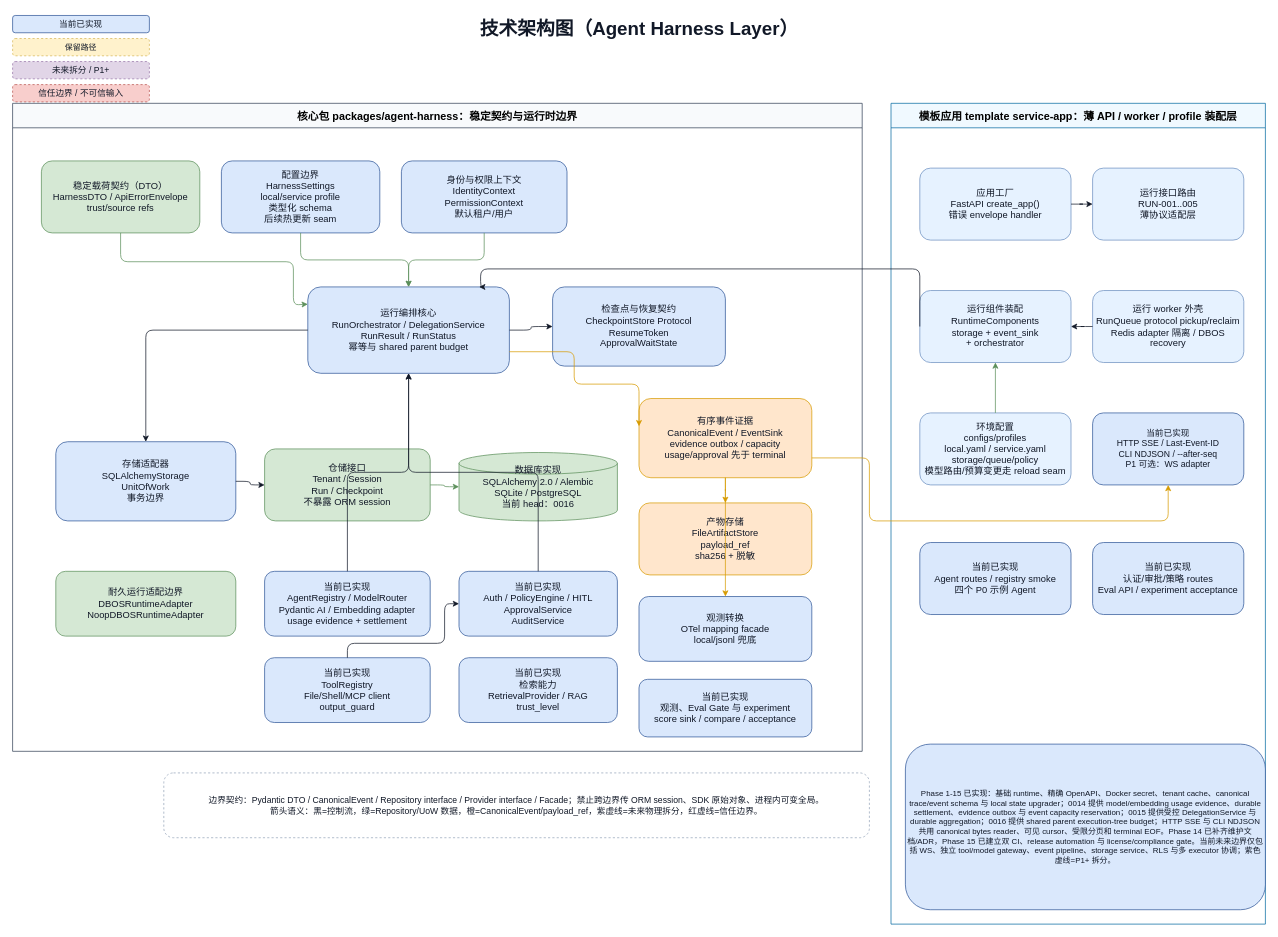
Above: docs/architecture/agent-harness-technical-architecture.drawio in wdmcheng/agent-harness-layer (draw.io), before the change. Source tidied: cells renumbered, new cells numbered last; positions are measured from the earlier drawing's top-left corner, leaving out a move shared by most shapes. Both pictures are drawn from the tidied source at 72%, with x=0, y=0 at pixel (12, 12).
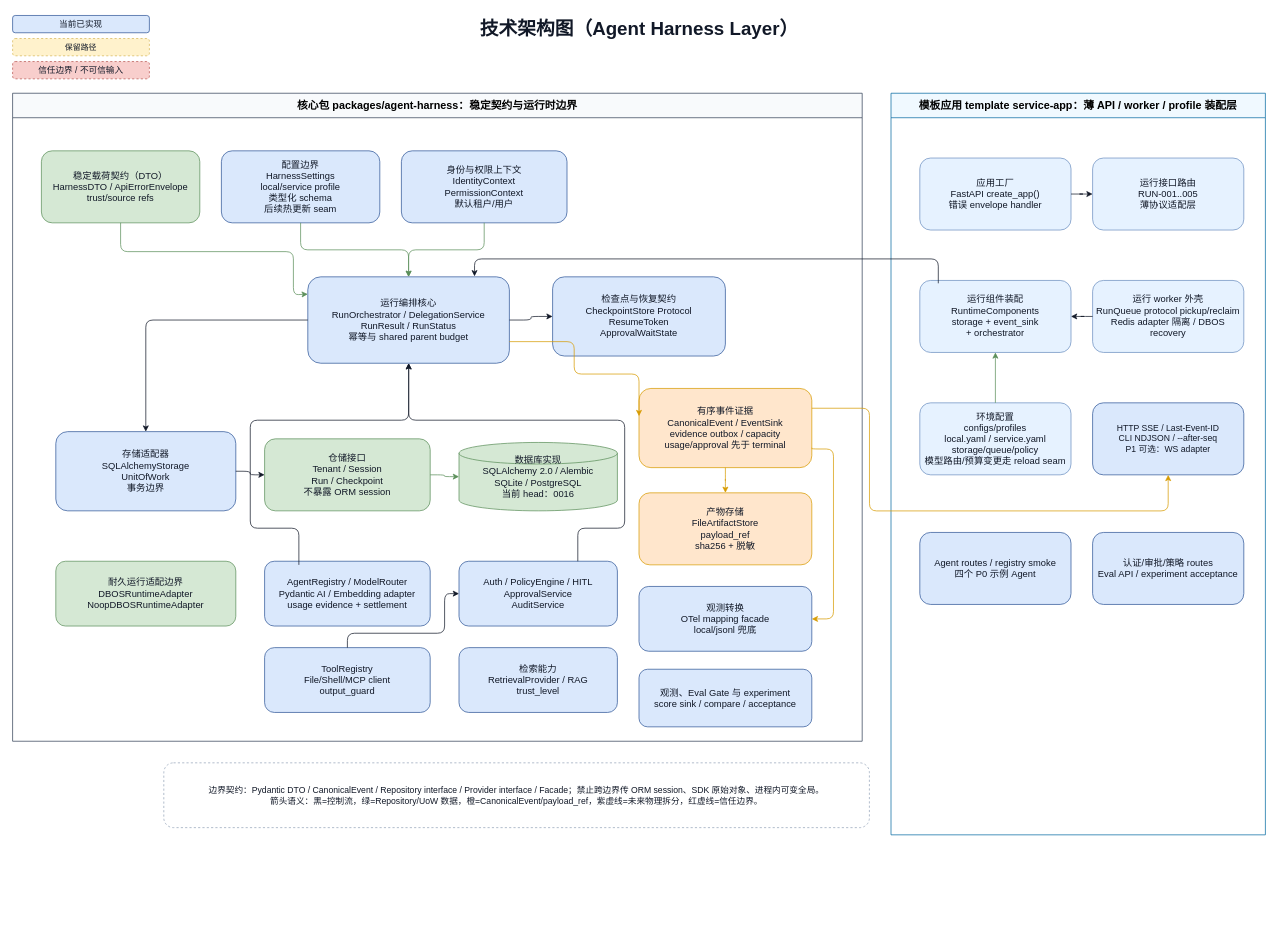
The same diagram, later.

Unchanged cells that the change refers to:
```xml
<mxCell id="11" value="稳定载荷契约（DTO）&#10;HarnessDTO / ApiErrorEnvelope&#10;trust/source refs" style="rounded=1;whiteSpace=wrap;html=1;fillColor=#d5e8d4;strokeColor=#5b8f5a;fontColor=#111827;fontSize=13;" parent="7" vertex="1">
  <mxGeometry x="40" y="80" width="220" height="100" as="geometry" />
</mxCell>
<mxCell id="14" value="运行编排核心&#10;RunOrchestrator / DelegationService&#10;RunResult / RunStatus&#10;幂等与 shared parent budget" style="rounded=1;whiteSpace=wrap;html=1;fillColor=#dae8fc;strokeColor=#2f5597;fontColor=#111827;fontSize=13;" parent="7" vertex="1">
  <mxGeometry x="410" y="255" width="280" height="120" as="geometry" />
</mxCell>
<mxCell id="19" value="有序事件证据&#10;CanonicalEvent / EventSink&#10;evidence outbox / capacity&#10;usage/approval 先于 terminal" style="rounded=1;whiteSpace=wrap;html=1;fillColor=#ffe6cc;strokeColor=#d79b00;fontColor=#111827;fontSize=13;" parent="7" vertex="1">
  <mxGeometry x="870" y="410" width="240" height="110" as="geometry" />
</mxCell>
<mxCell id="21" value="观测转换&#10;OTel mapping facade&#10;local/jsonl 兜底" style="rounded=1;whiteSpace=wrap;html=1;fillColor=#dae8fc;strokeColor=#2f5597;fontColor=#111827;fontSize=13;" parent="7" vertex="1">
  <mxGeometry x="870" y="685" width="240" height="90" as="geometry" />
</mxCell>
<mxCell id="30" value="运行组件装配&#10;RuntimeComponents&#10;storage + event_sink&#10;+ orchestrator" style="rounded=1;whiteSpace=wrap;html=1;fillColor=#e6f2ff;strokeColor=#6c8ebf;fontColor=#111827;fontSize=13;" parent="8" vertex="1">
  <mxGeometry x="40" y="260" width="210" height="100" as="geometry" />
</mxCell>
```

Diff of the diagram source:
```diff
@@
-    <mxCell id="5" value="未来拆分 / P1+" style="rounded=1;whiteSpace=wrap;html=1;fillColor=#e1d5e7;strokeColor=#9673a6;fontColor=#111827;fontSize=12;dashed=1;" parent="1" vertex="1">
-      <mxGeometry y="68" width="190" height="24" as="geometry" />
-    </mxCell>
     <mxCell id="6" value="信任边界 / 不可信输入" style="rounded=1;whiteSpace=wrap;html=1;fillColor=#f8cecc;strokeColor=#b85450;fontColor=#111827;fontSize=12;dashed=1;" parent="1" vertex="1">
-      <mxGeometry y="100" width="190" height="24" as="geometry" />
+      <mxGeometry y="68" width="190" height="24" as="geometry" />
     </mxCell>
     <mxCell id="7" value="核心包 packages/agent-harness：稳定契约与运行时边界" style="swimlane;startSize=34;html=1;whiteSpace=wrap;rounded=0;fontSize=15;fontStyle=1;fillColor=#f8fafc;strokeColor=#334155;" parent="1" vertex="1">
-      <mxGeometry y="126" width="1180" height="900" as="geometry" />
+      <mxGeometry y="112" width="1180" height="900" as="geometry" />
     </mxCell>
-    <mxCell id="8" value="模板应用 template service-app：薄 API / worker / profile 装配层" style="swimlane;startSize=34;html=1;whiteSpace=wrap;rounded=0;fontSize=15;fontStyle=1;fillColor=#f0f9ff;strokeColor=#0369a1;" parent="1" vertex="1">
-      <mxGeometry x="1220" y="126" width="520" height="1140" as="geometry" />
-    </mxCell>
-    <mxCell id="9" value="边界契约：Pydantic DTO / CanonicalEvent / Repository interface / Provider interface / Facade；禁止跨边界传 ORM session、SDK 原始对象、进程内可变全局。&#10;箭头语义：黑=控制流，绿=Repository/UoW 数据，橙=CanonicalEvent/payload_ref，紫虚线=未来物理拆分，红虚线=信任边界。" style="rounded=1;whiteSpace=wrap;html=1;fillColor=#ffffff;strokeColor=#94a3b8;fontColor=#111827;fontSize=12;dashed=1;" parent="1" vertex="1">
-      <mxGeometry x="210" y="1056" width="980" height="90" as="geometry" />
-    </mxCell>
-    <mxCell id="10" value="Phase 1-15 已实现：基础 runtime、精确 OpenAPI、Docker secret、tenant cache、canonical trace/event schema 与 local state upgrader；0014 提供 model/embedding usage evidence、durable settlement、evidence outbox 与 event capacity reservation；0015 提供受控 DelegationService 与 durable aggregation；0016 提供 shared parent execution-tree budget；HTTP SSE 与 CLI NDJSON 共用 canonical bytes reader、可见 cursor、受限分页和 terminal EOF。Phase 14 已补齐维护文档/ADR，Phase 15 已建立双 CI、release automation 与 license/compliance gate。当前未来边界仅包括 WS、独立 tool/model gateway、event pipeline、storage service、RLS 与多 executor 协调；紫色虚线=P1+ 拆分。" style="rounded=1;whiteSpace=wrap;html=1;fillColor=#dae8fc;strokeColor=#2f5597;fontColor=#111827;fontSize=11;" parent="1" vertex="1">
-      <mxGeometry x="1240" y="1016" width="500" height="230" as="geometry" />
-    </mxCell>
@@
-    <mxCell id="23" value="当前已实现&#10;AgentRegistry / ModelRouter&#10;Pydantic AI / Embedding adapter&#10;usage evidence + settlement" style="rounded=1;whiteSpace=wrap;html=1;fillColor=#dae8fc;strokeColor=#2f5597;fontColor=#111827;fontSize=13;" parent="7" vertex="1">
+    <mxCell id="23" value="AgentRegistry / ModelRouter&lt;br&gt;Pydantic AI / Embedding adapter&lt;br&gt;usage evidence + settlement" style="rounded=1;whiteSpace=wrap;html=1;fillColor=#dae8fc;strokeColor=#2f5597;fontColor=#111827;fontSize=13;" parent="7" vertex="1">
       <mxGeometry x="350" y="650" width="230" height="90" as="geometry" />
     </mxCell>
-    <mxCell id="24" value="当前已实现&#10;Auth / PolicyEngine / HITL&#10;ApprovalService&#10;AuditService" style="rounded=1;whiteSpace=wrap;html=1;fillColor=#dae8fc;strokeColor=#2f5597;fontColor=#111827;fontSize=13;" parent="7" vertex="1">
+    <mxCell id="24" value="Auth / PolicyEngine / HITL&lt;br&gt;ApprovalService&lt;br&gt;AuditService" style="rounded=1;whiteSpace=wrap;html=1;fillColor=#dae8fc;strokeColor=#2f5597;fontColor=#111827;fontSize=13;" parent="7" vertex="1">
       <mxGeometry x="620" y="650" width="220" height="90" as="geometry" />
     </mxCell>
-    <mxCell id="25" value="当前已实现&#10;ToolRegistry&#10;File/Shell/MCP client&#10;output_guard" style="rounded=1;whiteSpace=wrap;html=1;fillColor=#dae8fc;strokeColor=#2f5597;fontColor=#111827;fontSize=13;" parent="7" vertex="1">
+    <mxCell id="25" value="ToolRegistry&lt;br&gt;File/Shell/MCP client&lt;br&gt;output_guard" style="rounded=1;whiteSpace=wrap;html=1;fillColor=#dae8fc;strokeColor=#2f5597;fontColor=#111827;fontSize=13;" parent="7" vertex="1">
       <mxGeometry x="350" y="770" width="230" height="90" as="geometry" />
     </mxCell>
-    <mxCell id="26" value="当前已实现&#10;检索能力&#10;RetrievalProvider / RAG&#10;trust_level" style="rounded=1;whiteSpace=wrap;html=1;fillColor=#dae8fc;strokeColor=#2f5597;fontColor=#111827;fontSize=13;" parent="7" vertex="1">
+    <mxCell id="26" value="检索能力&lt;br&gt;RetrievalProvider / RAG&lt;br&gt;trust_level" style="rounded=1;whiteSpace=wrap;html=1;fillColor=#dae8fc;strokeColor=#2f5597;fontColor=#111827;fontSize=13;" parent="7" vertex="1">
       <mxGeometry x="620" y="770" width="220" height="90" as="geometry" />
     </mxCell>
-    <mxCell id="27" value="当前已实现&#10;观测、Eval Gate 与 experiment&#10;score sink / compare / acceptance" style="rounded=1;whiteSpace=wrap;html=1;fillColor=#dae8fc;strokeColor=#2f5597;fontColor=#111827;fontSize=13;" parent="7" vertex="1">
+    <mxCell id="27" value="观测、Eval Gate 与 experiment&lt;br&gt;score sink / compare / acceptance" style="rounded=1;whiteSpace=wrap;html=1;fillColor=#dae8fc;strokeColor=#2f5597;fontColor=#111827;fontSize=13;" parent="7" vertex="1">
       <mxGeometry x="870" y="800" width="240" height="80" as="geometry" />
     </mxCell>
+    <mxCell id="8" value="模板应用 template service-app：薄 API / worker / profile 装配层" style="swimlane;startSize=34;html=1;whiteSpace=wrap;rounded=0;fontSize=15;fontStyle=1;fillColor=#f0f9ff;strokeColor=#0369a1;" parent="1" vertex="1">
+      <mxGeometry x="1220" y="112" width="520" height="1030" as="geometry" />
+    </mxCell>
@@
-    <mxCell id="33" value="当前已实现&#10;HTTP SSE / Last-Event-ID&#10;CLI NDJSON / --after-seq&#10;P1 可选：WS adapter" style="rounded=1;whiteSpace=wrap;html=1;fillColor=#dae8fc;strokeColor=#2f5597;fontColor=#111827;fontSize=12;" parent="8" vertex="1">
+    <mxCell id="33" value="HTTP SSE / Last-Event-ID&lt;br&gt;CLI NDJSON / --after-seq&lt;br&gt;P1 可选：WS adapter" style="rounded=1;whiteSpace=wrap;html=1;fillColor=#dae8fc;strokeColor=#2f5597;fontColor=#111827;fontSize=12;" parent="8" vertex="1">
       <mxGeometry x="280" y="430" width="210" height="100" as="geometry" />
     </mxCell>
-    <mxCell id="34" value="当前已实现&#10;Agent routes / registry smoke&#10;四个 P0 示例 Agent" style="rounded=1;whiteSpace=wrap;html=1;fillColor=#dae8fc;strokeColor=#2f5597;fontColor=#111827;fontSize=13;" parent="8" vertex="1">
+    <mxCell id="34" value="Agent routes / registry smoke&lt;br&gt;四个 P0 示例 Agent" style="rounded=1;whiteSpace=wrap;html=1;fillColor=#dae8fc;strokeColor=#2f5597;fontColor=#111827;fontSize=13;" parent="8" vertex="1">
       <mxGeometry x="40" y="610" width="210" height="100" as="geometry" />
     </mxCell>
-    <mxCell id="35" value="当前已实现&#10;认证/审批/策略 routes&#10;Eval API / experiment acceptance" style="rounded=1;whiteSpace=wrap;html=1;fillColor=#dae8fc;strokeColor=#2f5597;fontColor=#111827;fontSize=13;" parent="8" vertex="1">
+    <mxCell id="35" value="认证/审批/策略 routes&lt;br&gt;Eval API / experiment acceptance" style="rounded=1;whiteSpace=wrap;html=1;fillColor=#dae8fc;strokeColor=#2f5597;fontColor=#111827;fontSize=13;" parent="8" vertex="1">
       <mxGeometry x="280" y="610" width="210" height="100" as="geometry" />
     </mxCell>
+    <mxCell id="9" value="边界契约：Pydantic DTO / CanonicalEvent / Repository interface / Provider interface / Facade；禁止跨边界传 ORM session、SDK 原始对象、进程内可变全局。&#10;箭头语义：黑=控制流，绿=Repository/UoW 数据，橙=CanonicalEvent/payload_ref，紫虚线=未来物理拆分，红虚线=信任边界。" style="rounded=1;whiteSpace=wrap;html=1;fillColor=#ffffff;strokeColor=#94a3b8;fontColor=#111827;fontSize=12;dashed=1;" parent="1" vertex="1">
+      <mxGeometry x="210" y="1042" width="980" height="90" as="geometry" />
+    </mxCell>
@@
     <mxCell id="38" style="edgeStyle=orthogonalEdgeStyle;rounded=1;jettySize=auto;html=1;fontSize=11;labelBackgroundColor=#ffffff;strokeColor=#5b8f5a;exitX=0.5;exitY=1;exitDx=0;exitDy=0;entryX=0;entryY=0.2;entryDx=0;entryDy=0;" parent="1" edge="1" source="11" target="14">
       <mxGeometry relative="1" as="geometry">
         <Array as="points">
-          <mxPoint x="150" y="346" />
-          <mxPoint x="390" y="346" />
-          <mxPoint x="390" y="406" />
+          <mxPoint x="150" y="332" />
+          <mxPoint x="390" y="332" />
+          <mxPoint x="390" y="392" />
         </Array>
       </mxGeometry>
     </mxCell>
@@
     <mxCell id="43" style="edgeStyle=orthogonalEdgeStyle;rounded=1;jettySize=auto;html=1;fontSize=11;labelBackgroundColor=#ffffff;strokeColor=#d79b00;exitX=1;exitY=0.75;exitDx=0;exitDy=0;entryX=0;entryY=0.35;entryDx=0;entryDy=0;" parent="1" edge="1" source="14" target="19">
       <mxGeometry relative="1" as="geometry">
         <Array as="points">
-          <mxPoint x="780" y="516" />
-          <mxPoint x="870" y="516" />
+          <mxPoint x="780" y="502" />
+          <mxPoint x="870" y="502" />
         </Array>
       </mxGeometry>
     </mxCell>
@@
-    <mxCell id="45" style="edgeStyle=orthogonalEdgeStyle;rounded=1;jettySize=auto;html=1;fontSize=11;labelBackgroundColor=#ffffff;strokeColor=#d79b00;" parent="1" edge="1" source="19" target="21">
-      <mxGeometry relative="1" as="geometry" />
+    <mxCell id="45" style="edgeStyle=orthogonalEdgeStyle;rounded=1;jettySize=auto;html=1;fontSize=11;labelBackgroundColor=#ffffff;strokeColor=#d79b00;exitX=1;exitY=0.75;exitDx=0;exitDy=0;" parent="1" edge="1" source="19" target="21">
+      <mxGeometry relative="1" as="geometry">
+        <Array as="points">
+          <mxPoint x="1110.1" y="606.1" />
+          <mxPoint x="1140.1" y="606.1" />
+          <mxPoint x="1140.1" y="842.1" />
+        </Array>
+      </mxGeometry>
     </mxCell>
-    <mxCell id="46" style="edgeStyle=orthogonalEdgeStyle;rounded=1;jettySize=auto;html=1;fontSize=11;labelBackgroundColor=#ffffff;strokeColor=#111827;exitX=0;exitY=0.5;exitDx=0;exitDy=0;entryX=0.85;entryY=0;entryDx=0;entryDy=0;" parent="1" edge="1" source="30" target="14">
+    <mxCell id="46" style="edgeStyle=orthogonalEdgeStyle;rounded=1;jettySize=auto;html=1;fontSize=11;labelBackgroundColor=#ffffff;strokeColor=#111827;entryX=0.827;entryY=-0.006;entryDx=0;entryDy=0;entryPerimeter=0;" parent="1" edge="1" target="14">
       <mxGeometry relative="1" as="geometry">
+        <mxPoint x="1285.7" y="376" as="sourcePoint" />
         <Array as="points">
-          <mxPoint x="1260" y="356" />
-          <mxPoint x="650" y="356" />
+          <mxPoint x="1285.7" y="342.1" />
+          <mxPoint x="641.7" y="342.1" />
         </Array>
       </mxGeometry>
     </mxCell>
@@
-    <mxCell id="50" style="edgeStyle=orthogonalEdgeStyle;rounded=1;jettySize=auto;html=1;fontSize=11;labelBackgroundColor=#ffffff;strokeColor=#d79b00;exitX=1;exitY=0.75;exitDx=0;exitDy=0;entryX=0.5;entryY=1;entryDx=0;entryDy=0;" parent="1" edge="1" source="19" target="33">
+    <mxCell id="50" style="edgeStyle=orthogonalEdgeStyle;rounded=1;jettySize=auto;html=1;fontSize=11;labelBackgroundColor=#ffffff;strokeColor=#d79b00;exitX=1;exitY=0.25;exitDx=0;exitDy=0;entryX=0.5;entryY=1;entryDx=0;entryDy=0;" parent="1" edge="1" source="19" target="33">
       <mxGeometry relative="1" as="geometry">
         <Array as="points">
-          <mxPoint x="1190" y="706" />
-          <mxPoint x="1605" y="706" />
+          <mxPoint x="1190.1" y="549.5" />
+          <mxPoint x="1190.1" y="692.1" />
+          <mxPoint x="1605" y="692.1" />
         </Array>
       </mxGeometry>
     </mxCell>
-    <mxCell id="51" style="edgeStyle=orthogonalEdgeStyle;rounded=1;jettySize=auto;html=1;fontSize=11;labelBackgroundColor=#ffffff;strokeColor=#111827;" parent="1" edge="1" source="23" target="14">
-      <mxGeometry relative="1" as="geometry" />
+    <mxCell id="51" style="edgeStyle=orthogonalEdgeStyle;rounded=1;jettySize=auto;html=1;fontSize=11;labelBackgroundColor=#ffffff;strokeColor=#111827;exitX=0.207;exitY=0.056;exitDx=0;exitDy=0;exitPerimeter=0;" parent="1" edge="1" source="23" target="14">
+      <mxGeometry relative="1" as="geometry">
+        <Array as="points">
+          <mxPoint x="397.5" y="716.1" />
+          <mxPoint x="330.1" y="716.1" />
+          <mxPoint x="330.1" y="566.1" />
+          <mxPoint x="550.1" y="566.1" />
+        </Array>
+      </mxGeometry>
     </mxCell>
-    <mxCell id="52" style="edgeStyle=orthogonalEdgeStyle;rounded=1;jettySize=auto;html=1;fontSize=11;labelBackgroundColor=#ffffff;strokeColor=#111827;" parent="1" edge="1" source="24" target="14">
-      <mxGeometry relative="1" as="geometry" />
+    <mxCell id="52" style="edgeStyle=orthogonalEdgeStyle;rounded=1;jettySize=auto;html=1;fontSize=11;labelBackgroundColor=#ffffff;strokeColor=#111827;exitX=0.75;exitY=0;exitDx=0;exitDy=0;" parent="1" edge="1" source="24" target="14">
+      <mxGeometry relative="1" as="geometry">
+        <Array as="points">
+          <mxPoint x="785" y="716.1" />
+          <mxPoint x="850.1" y="716.1" />
+          <mxPoint x="850.1" y="566.1" />
+          <mxPoint x="550.1" y="566.1" />
+        </Array>
+      </mxGeometry>
     </mxCell>
     <mxCell id="53" style="edgeStyle=orthogonalEdgeStyle;rounded=1;jettySize=auto;html=1;fontSize=11;labelBackgroundColor=#ffffff;strokeColor=#111827;exitX=0.5;exitY=0;exitDx=0;exitDy=0;entryX=0;entryY=0.5;entryDx=0;entryDy=0;" parent="1" edge="1" source="25" target="24">
       <mxGeometry relative="1" as="geometry">
         <Array as="points">
-          <mxPoint x="465" y="876" />
-          <mxPoint x="600" y="876" />
-          <mxPoint x="600" y="821" />
+          <mxPoint x="465" y="862" />
+          <mxPoint x="600" y="862" />
+          <mxPoint x="600" y="807" />
         </Array>
       </mxGeometry>
     </mxCell>
```
